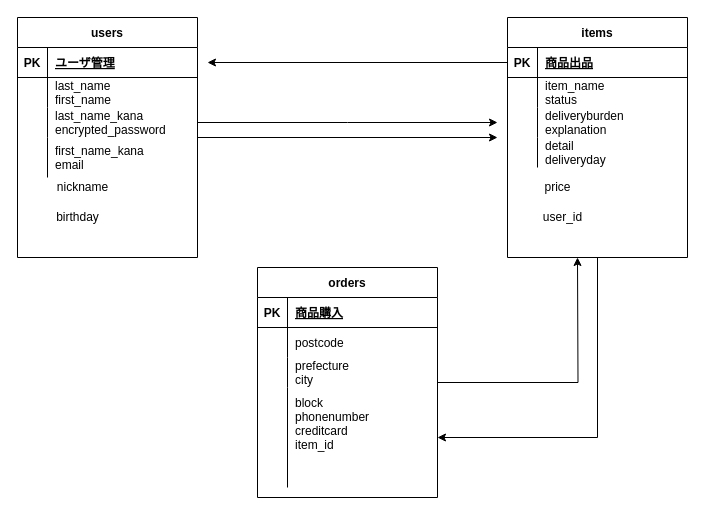
The draw.io diagram ER図.dio in sakaki38/furima-36023, before the edit. Source tidied: cells renumbered, new cells numbered last; positions are measured from the earlier drawing's top-left corner, leaving out a move shared by most shapes. Both pictures are drawn from the tidied source at 100%, with x=0, y=0 at pixel (17, 17).
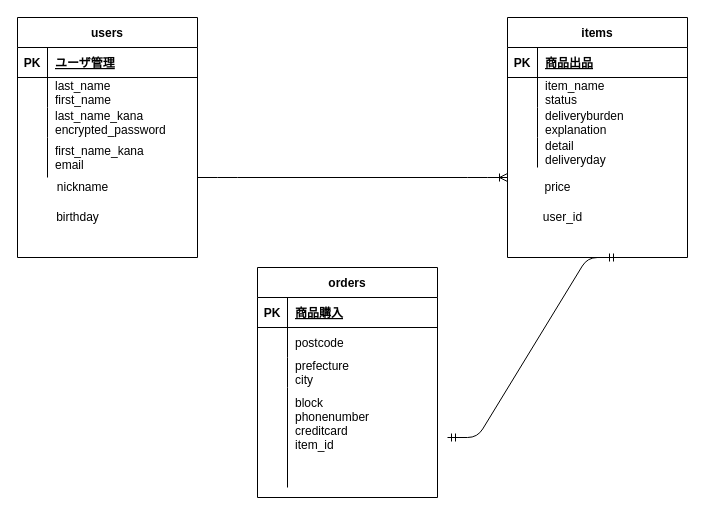
Above is the later version.

The change refers to these unchanged cells:
```xml
<mxCell id="10" style="shape=partialRectangle;fillColor=none;top=0;left=0;bottom=0;right=0;points=[[0,0.5],[1,0.5]];portConstraint=eastwest;" parent="3" vertex="1">
  <mxGeometry y="90" width="180" height="30" as="geometry" />
</mxCell>
<mxCell id="13" style="shape=partialRectangle;fillColor=none;top=0;left=0;bottom=0;right=0;points=[[0,0.5],[1,0.5]];portConstraint=eastwest;" parent="3" vertex="1">
  <mxGeometry y="120" width="180" height="40" as="geometry" />
</mxCell>
<mxCell id="17" value="orders" style="shape=table;startSize=30;childLayout=tableLayout;rowLines=0;fontStyle=1;align=center;" parent="1" vertex="1">
  <mxGeometry x="240" y="250" width="180" height="230" as="geometry" />
</mxCell>
<mxCell id="27" style="shape=partialRectangle;fillColor=none;top=0;left=0;bottom=0;right=0;points=[[0,0.5],[1,0.5]];portConstraint=eastwest;" parent="17" vertex="1">
  <mxGeometry y="120" width="180" height="100" as="geometry" />
</mxCell>
<mxCell id="31" value="items" style="shape=table;startSize=30;childLayout=tableLayout;rowLines=0;fontStyle=1;align=center;" parent="1" vertex="1">
  <mxGeometry x="490" width="180" height="240" as="geometry" />
</mxCell>
<mxCell id="32" style="shape=partialRectangle;fillColor=none;top=0;left=0;bottom=1;right=0;points=[[0,0.5],[1,0.5]];portConstraint=eastwest;" parent="31" vertex="1">
  <mxGeometry y="30" width="180" height="30" as="geometry" />
</mxCell>
```

The edit, as a diff of the source:
```diff
@@
-    <mxCell id="2" style="edgeStyle=orthogonalEdgeStyle;rounded=0;jettySize=auto;html=1;exitX=1;exitY=-0.05;exitDx=0;exitDy=0;exitPerimeter=0;" parent="1" edge="1" source="13">
-      <mxGeometry relative="1" as="geometry">
-        <mxPoint x="480" y="120" as="targetPoint" />
-        <Array as="points">
-          <mxPoint x="180" y="120" />
-        </Array>
-      </mxGeometry>
-    </mxCell>
@@
-    <mxCell id="16" style="edgeStyle=orthogonalEdgeStyle;rounded=0;jettySize=auto;html=1;" parent="1" edge="1" source="17">
-      <mxGeometry relative="1" as="geometry">
-        <mxPoint x="560" y="240" as="targetPoint" />
-      </mxGeometry>
-    </mxCell>
@@
-    <mxCell id="30" style="edgeStyle=orthogonalEdgeStyle;rounded=0;jettySize=auto;html=1;" parent="1" edge="1" source="31" target="27">
-      <mxGeometry relative="1" as="geometry" />
-    </mxCell>
@@
-    <mxCell id="48" style="edgeStyle=orthogonalEdgeStyle;rounded=0;jettySize=auto;html=1;" parent="1" edge="1" source="10">
-      <mxGeometry relative="1" as="geometry">
-        <mxPoint x="480" y="105" as="targetPoint" />
-      </mxGeometry>
-    </mxCell>
-    <mxCell id="49" style="edgeStyle=orthogonalEdgeStyle;rounded=0;jettySize=auto;html=1;exitX=0;exitY=0.5;exitDx=0;exitDy=0;" parent="1" edge="1" source="32">
-      <mxGeometry relative="1" as="geometry">
-        <mxPoint x="190" y="45" as="targetPoint" />
-      </mxGeometry>
-    </mxCell>
+    <mxCell id="50" style="edgeStyle=entityRelationEdgeStyle;fontSize=12;html=1;endArrow=ERoneToMany;" parent="1" edge="1">
+      <mxGeometry relative="1" as="geometry">
+        <mxPoint x="180" y="160" as="sourcePoint" />
+        <mxPoint x="490" y="160" as="targetPoint" />
+      </mxGeometry>
+    </mxCell>
+    <mxCell id="51" style="edgeStyle=entityRelationEdgeStyle;fontSize=12;html=1;endArrow=ERmandOne;startArrow=ERmandOne;" parent="1" edge="1">
+      <mxGeometry relative="1" as="geometry">
+        <mxPoint x="430" y="420" as="sourcePoint" />
+        <mxPoint x="600" y="240" as="targetPoint" />
+      </mxGeometry>
+    </mxCell>
```
